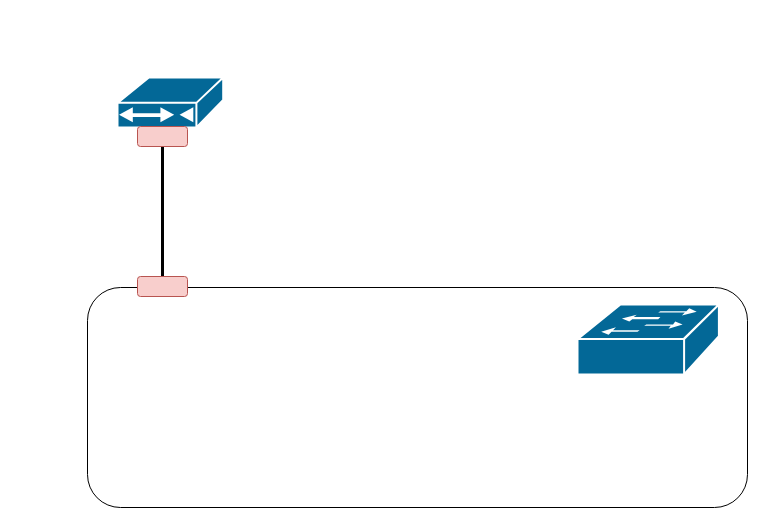
Earlier version of the draw.io diagram Untitled Diagram.drawio (jax2k/az104). Source tidied: cells renumbered, new cells numbered last; positions are measured from the earlier drawing's top-left corner, leaving out a move shared by most shapes. Both pictures are drawn from the tidied source at 100%, with x=0, y=0 at pixel (87, 77).
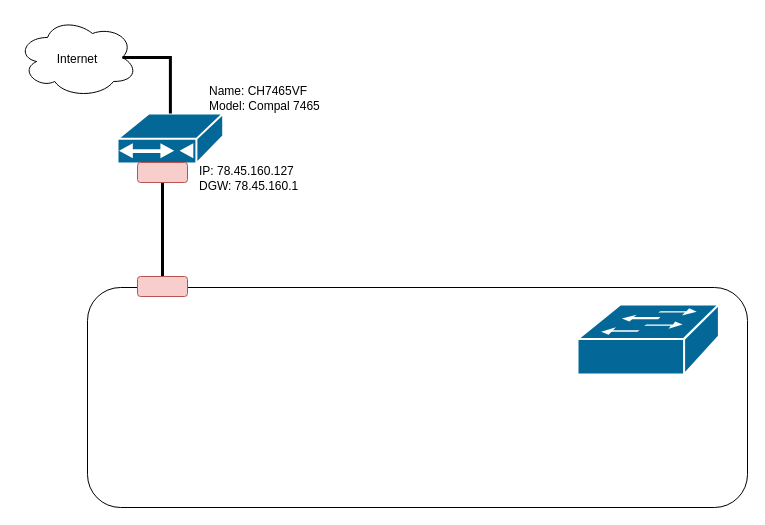
After the change.

What changed in the source:
```diff
@@
 <mxGraphModel>
   <root>
     <mxCell id="0" />
     <mxCell id="1" parent="0" />
     <mxCell id="2" style="rounded=1;whiteSpace=wrap;html=1;" parent="1" vertex="1">
       <mxGeometry y="210" width="660" height="220" as="geometry" />
     </mxCell>
     <mxCell id="3" style="shape=mxgraph.cisco.switches.workgroup_switch;sketch=0;html=1;dashed=0;fillColor=#036897;strokeColor=#ffffff;strokeWidth=2;verticalLabelPosition=bottom;verticalAlign=top;align=center;" parent="1" vertex="1">
       <mxGeometry x="490" y="227" width="141.4" height="70" as="geometry" />
     </mxCell>
     <mxCell id="4" style="shape=mxgraph.cisco.modems_and_phones.cable_modem;sketch=0;html=1;dashed=0;fillColor=#036897;strokeColor=#ffffff;strokeWidth=2;verticalLabelPosition=bottom;verticalAlign=top;align=center;outlineConnect=0;" parent="1" vertex="1">
-      <mxGeometry x="30" width="105.7" height="50" as="geometry" />
+      <mxGeometry x="30" y="36" width="105.7" height="50" as="geometry" />
     </mxCell>
     <mxCell id="5" style="edgeStyle=orthogonalEdgeStyle;rounded=0;jettySize=auto;html=1;exitX=0.5;exitY=1;exitDx=0;exitDy=0;entryX=0.5;entryY=0;entryDx=0;entryDy=0;strokeColor=default;endArrow=none;startFill=0;strokeWidth=3;" parent="1" edge="1" source="6" target="7">
       <mxGeometry relative="1" as="geometry" />
     </mxCell>
     <mxCell id="6" style="rounded=1;whiteSpace=wrap;html=1;fillColor=#f8cecc;strokeColor=#b85450;" parent="1" vertex="1">
-      <mxGeometry x="50" y="49" width="50" height="20" as="geometry" />
+      <mxGeometry x="50" y="85" width="50" height="20" as="geometry" />
     </mxCell>
     <mxCell id="7" style="rounded=1;whiteSpace=wrap;html=1;fillColor=#f8cecc;strokeColor=#b85450;" parent="1" vertex="1">
       <mxGeometry x="50" y="199" width="50" height="20" as="geometry" />
     </mxCell>
+    <mxCell id="8" value="Name: CH7465VF&lt;div&gt;Model: Compal 7465&lt;/div&gt;" style="text;html=1;align=left;verticalAlign=middle;whiteSpace=wrap;rounded=0;" parent="1" vertex="1">
+      <mxGeometry x="120" y="6" width="150" height="30" as="geometry" />
+    </mxCell>
+    <mxCell id="9" value="IP: 78.45.160.127&lt;div&gt;DGW:&amp;nbsp;&lt;span style=&quot;background-color: transparent; color: light-dark(rgb(0, 0, 0), rgb(255, 255, 255));&quot;&gt;78.45.160.1&lt;/span&gt;&lt;/div&gt;" style="text;html=1;align=left;verticalAlign=middle;whiteSpace=wrap;rounded=0;" parent="1" vertex="1">
+      <mxGeometry x="110" y="86" width="150" height="30" as="geometry" />
+    </mxCell>
+    <mxCell id="10" style="ellipse;shape=cloud;whiteSpace=wrap;html=1;" parent="1" vertex="1">
+      <mxGeometry x="-70" y="-60" width="120" height="80" as="geometry" />
+    </mxCell>
+    <mxCell id="11" style="edgeStyle=orthogonalEdgeStyle;rounded=0;jettySize=auto;html=1;entryX=0.875;entryY=0.5;entryDx=0;entryDy=0;entryPerimeter=0;endArrow=none;startFill=0;strokeWidth=3;" parent="1" edge="1" source="4" target="10">
+      <mxGeometry relative="1" as="geometry">
+        <Array as="points">
+          <mxPoint x="83" y="-20" />
+        </Array>
+      </mxGeometry>
+    </mxCell>
+    <mxCell id="12" value="Internet" style="text;html=1;align=center;verticalAlign=middle;whiteSpace=wrap;rounded=0;" parent="1" vertex="1">
+      <mxGeometry x="-40" y="-33" width="60" height="30" as="geometry" />
+    </mxCell>
   </root>
 </mxGraphModel>
```
